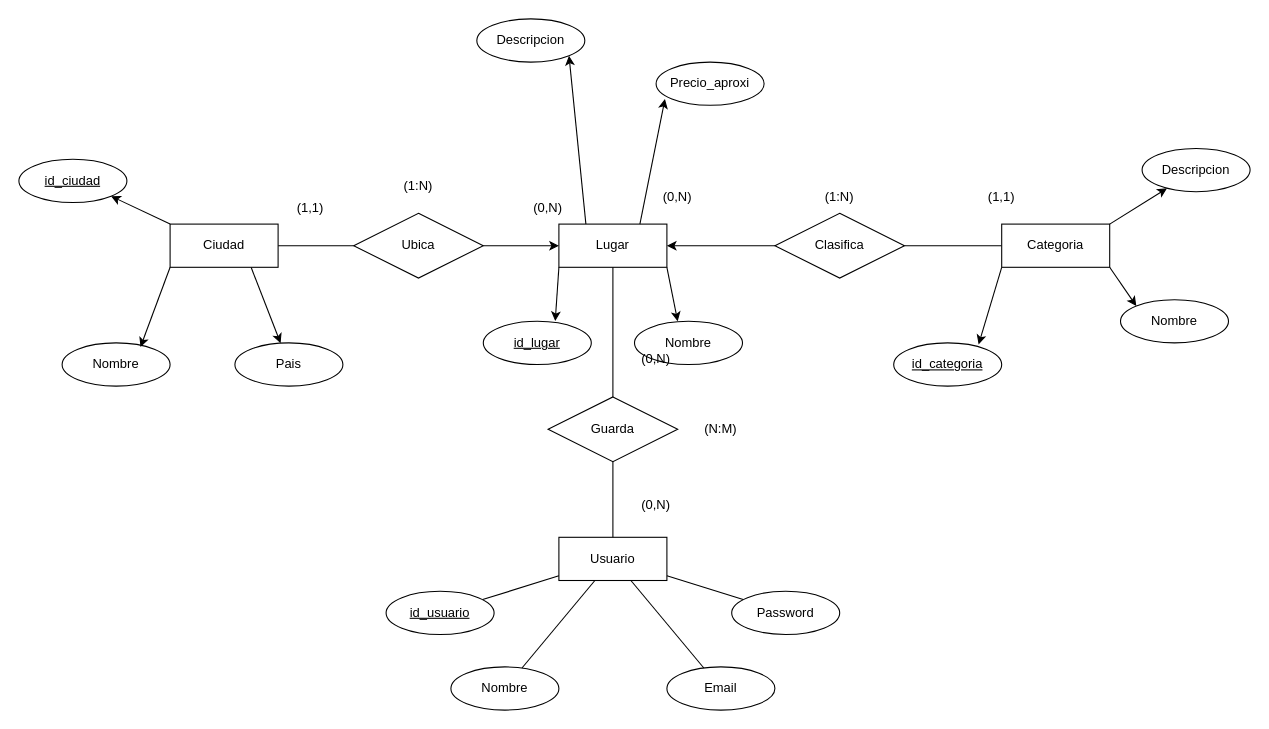
danilogar019-dotcom/erasmate-backend keeps this draw.io diagram as page "E/R" (1 of 4) of docs/diagramas.drawio. Above is the earlier version. Source tidied: cells renumbered, new cells numbered last; positions are measured from the earlier drawing's top-left corner, leaving out a move shared by most shapes. Both pictures are drawn from the tidied source at 108%, with x=0, y=0 at pixel (18, 18).
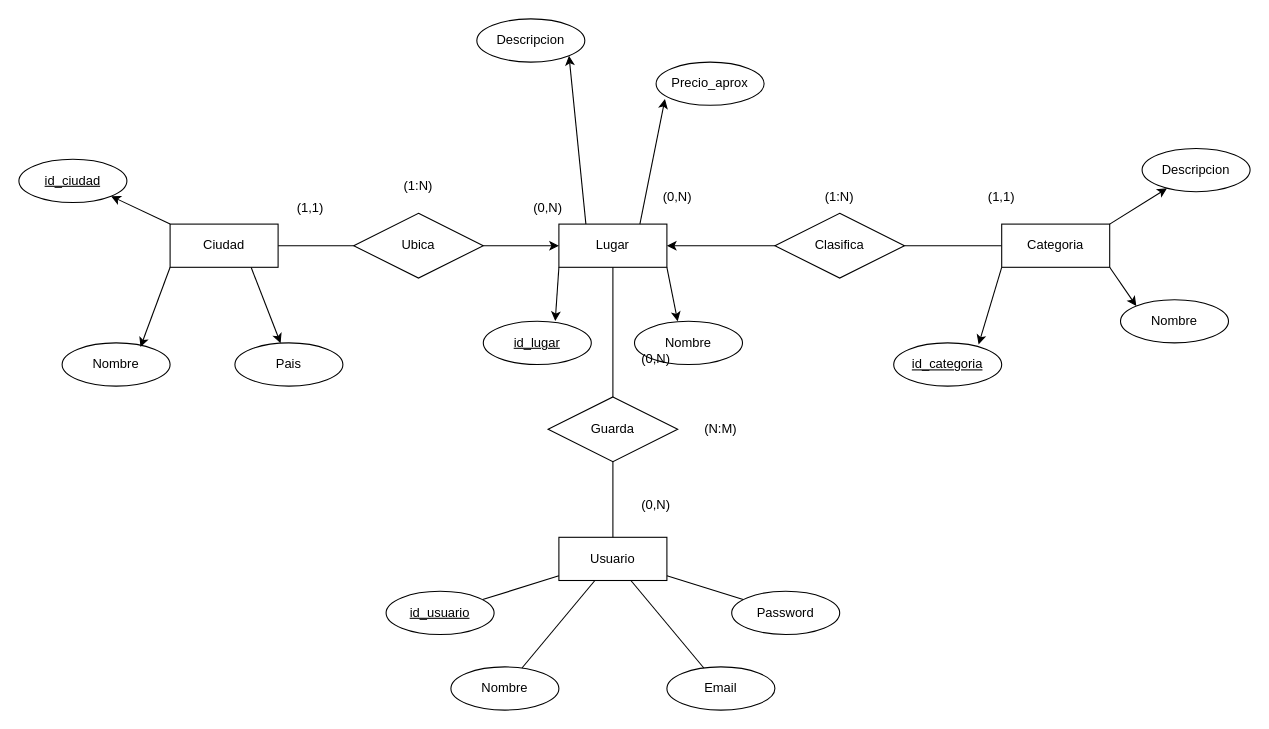
Above is the later version.

Change to the diagram source:
```diff
@@
-    <mxCell id="33" value="Precio_aproxi" style="ellipse;whiteSpace=wrap;html=1;align=center;" parent="1" vertex="1">
+    <mxCell id="33" value="Precio_aprox" style="ellipse;whiteSpace=wrap;html=1;align=center;" parent="1" vertex="1">
       <mxGeometry x="590" y="40" width="100" height="40" as="geometry" />
     </mxCell>
```
